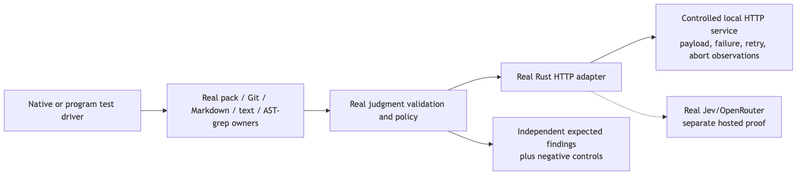
Earlier version of the Mermaid export docs/specs/2026-10-12-rust-rule-engine/assets/proof-boundaries.png (ShravanSunder/sunstack-tools). Its source is kept beside it as docs/specs/2026-10-12-rust-rule-engine/assets/proof-boundaries.mmd. Its diagram source:
```mermaid
flowchart LR
  R["Native or program test driver"] --> E["Real pack / Git / Markdown / text / AST-grep owners"]
  E --> J["Real judgment validation and policy"]
  J --> C["Real Rust HTTP adapter"]
  C --> F["Controlled local HTTP service<br/>payload, failure, retry, abort observations"]
  C -.-> P["Real Jev/OpenRouter<br/>separate hosted proof"]
  J --> O["Independent expected findings<br/>plus negative controls"]
```
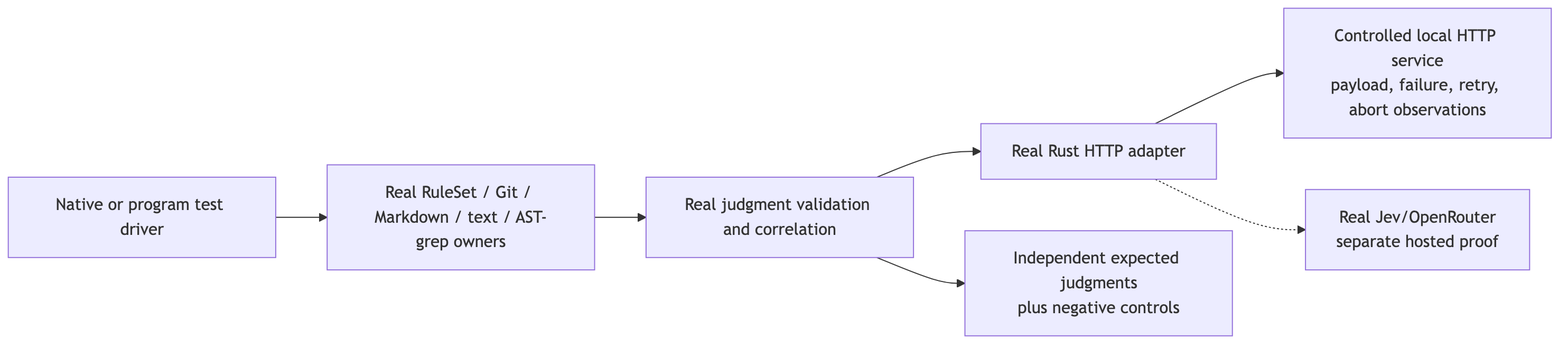
After the commit.

Diff of the diagram source:
```diff
@@ -1,7 +1,7 @@
 flowchart LR
-  R["Native or program test driver"] --> E["Real pack / Git / Markdown / text / AST-grep owners"]
-  E --> J["Real judgment validation and policy"]
+  R["Native or program test driver"] --> E["Real RuleSet / Git / Markdown / text / AST-grep owners"]
+  E --> J["Real judgment validation and correlation"]
   J --> C["Real Rust HTTP adapter"]
   C --> F["Controlled local HTTP service<br/>payload, failure, retry, abort observations"]
   C -.-> P["Real Jev/OpenRouter<br/>separate hosted proof"]
-  J --> O["Independent expected findings<br/>plus negative controls"]
+  J --> O["Independent expected judgments<br/>plus negative controls"]
```
